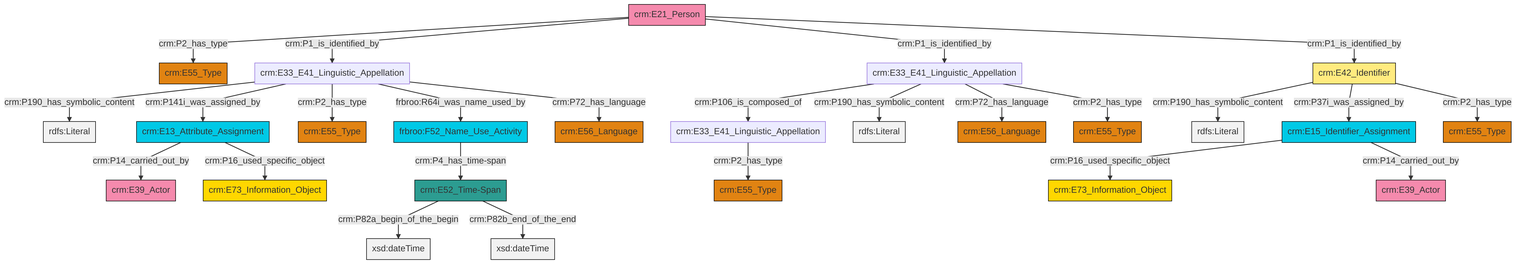
This is et/personCSV/ttl/mmd/png/Person_Names_and_Classification.png from swiss-art-research-net/reference-data-models, a Mermaid export, as it was before one commit. Its source is kept beside it as et/personCSV/ttl/mmd/Person_Names_and_Classification.ttl.mmd.
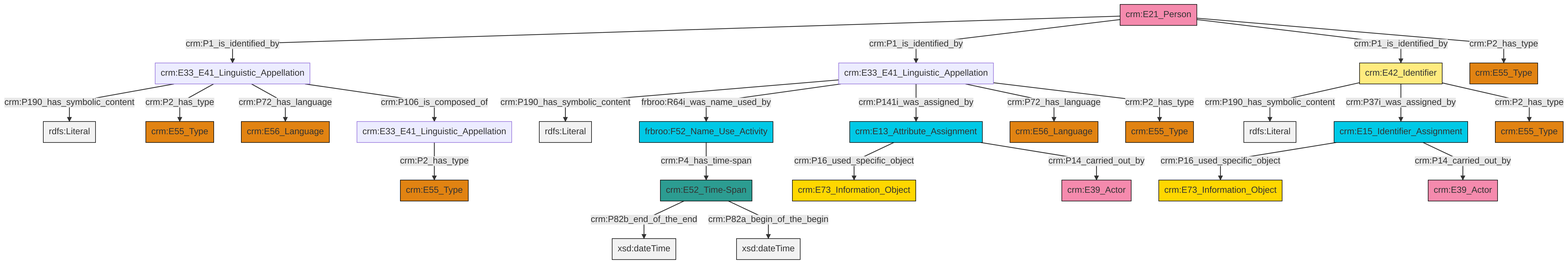
The same diagram one commit later.

Diff of the diagram source:
```diff
@@ -13,27 +13,27 @@
 classDef PC_Classes fill:#4ce600, stroke:#000000;
 classDef Multi fill:#cccccc,stroke:#000000;
 
-0["crm:E52_Time-Span"]:::Time-Span -->|crm:P82a_begin_of_the_begin| 1[xsd:dateTime]:::Literal
-2["crm:E33_E41_Linguistic_Appellation"]:::Default -->|crm:P106_is_composed_of| 3["crm:E33_E41_Linguistic_Appellation"]:::Default
-9["crm:E15_Identifier_Assignment"]:::Temporal_Entity -->|crm:P16_used_specific_object| 10["crm:E73_Information_Object"]:::Conceptual_Object
-2["crm:E33_E41_Linguistic_Appellation"]:::Default -->|crm:P190_has_symbolic_content| 11[rdfs:Literal]:::Literal
-14["crm:E13_Attribute_Assignment"]:::Temporal_Entity -->|crm:P14_carried_out_by| 15["crm:E39_Actor"]:::Actor
-9["crm:E15_Identifier_Assignment"]:::Temporal_Entity -->|crm:P14_carried_out_by| 16["crm:E39_Actor"]:::Actor
-19["crm:E21_Person"]:::Actor -->|crm:P2_has_type| 20["crm:E55_Type"]:::Type
-19["crm:E21_Person"]:::Actor -->|crm:P1_is_identified_by| 27["crm:E33_E41_Linguistic_Appellation"]:::Default
-29["frbroo:F52_Name_Use_Activity"]:::Temporal_Entity -->|crm:P4_has_time-span| 0["crm:E52_Time-Span"]:::Time-Span
-0["crm:E52_Time-Span"]:::Time-Span -->|crm:P82b_end_of_the_end| 30[xsd:dateTime]:::Literal
-2["crm:E33_E41_Linguistic_Appellation"]:::Default -->|crm:P72_has_language| 32["crm:E56_Language"]:::Type
-3["crm:E33_E41_Linguistic_Appellation"]:::Default -->|crm:P2_has_type| 33["crm:E55_Type"]:::Type
-36["crm:E42_Identifier"]:::Appellation -->|crm:P190_has_symbolic_content| 37[rdfs:Literal]:::Literal
-36["crm:E42_Identifier"]:::Appellation -->|crm:P37i_was_assigned_by| 9["crm:E15_Identifier_Assignment"]:::Temporal_Entity
-27["crm:E33_E41_Linguistic_Appellation"]:::Default -->|crm:P190_has_symbolic_content| 39[rdfs:Literal]:::Literal
-19["crm:E21_Person"]:::Actor -->|crm:P1_is_identified_by| 2["crm:E33_E41_Linguistic_Appellation"]:::Default
-14["crm:E13_Attribute_Assignment"]:::Temporal_Entity -->|crm:P16_used_specific_object| 4["crm:E73_Information_Object"]:::Conceptual_Object
-27["crm:E33_E41_Linguistic_Appellation"]:::Default -->|crm:P141i_was_assigned_by| 14["crm:E13_Attribute_Assignment"]:::Temporal_Entity
-19["crm:E21_Person"]:::Actor -->|crm:P1_is_identified_by| 36["crm:E42_Identifier"]:::Appellation
-27["crm:E33_E41_Linguistic_Appellation"]:::Default -->|crm:P2_has_type| 42["crm:E55_Type"]:::Type
-2["crm:E33_E41_Linguistic_Appellation"]:::Default -->|crm:P2_has_type| 6["crm:E55_Type"]:::Type
-36["crm:E42_Identifier"]:::Appellation -->|crm:P2_has_type| 21["crm:E55_Type"]:::Type
-27["crm:E33_E41_Linguistic_Appellation"]:::Default -->|frbroo:R64i_was_name_used_by| 29["frbroo:F52_Name_Use_Activity"]:::Temporal_Entity
-27["crm:E33_E41_Linguistic_Appellation"]:::Default -->|crm:P72_has_language| 12["crm:E56_Language"]:::Type
+0["crm:E13_Attribute_Assignment"]:::Temporal_Entity -->|crm:P16_used_specific_object| 1["crm:E73_Information_Object"]:::Conceptual_Object
+2["crm:E33_E41_Linguistic_Appellation"]:::Default -->|crm:P190_has_symbolic_content| 3[rdfs:Literal]:::Literal
+6["crm:E42_Identifier"]:::Appellation -->|crm:P190_has_symbolic_content| 7[rdfs:Literal]:::Literal
+6["crm:E42_Identifier"]:::Appellation -->|crm:P37i_was_assigned_by| 8["crm:E15_Identifier_Assignment"]:::Temporal_Entity
+9["crm:E33_E41_Linguistic_Appellation"]:::Default -->|crm:P190_has_symbolic_content| 10[rdfs:Literal]:::Literal
+11["crm:E33_E41_Linguistic_Appellation"]:::Default -->|crm:P2_has_type| 12["crm:E55_Type"]:::Type
+13["crm:E52_Time-Span"]:::Time-Span -->|crm:P82b_end_of_the_end| 14[xsd:dateTime]:::Literal
+8["crm:E15_Identifier_Assignment"]:::Temporal_Entity -->|crm:P16_used_specific_object| 22["crm:E73_Information_Object"]:::Conceptual_Object
+13["crm:E52_Time-Span"]:::Time-Span -->|crm:P82a_begin_of_the_begin| 25[xsd:dateTime]:::Literal
+26["crm:E21_Person"]:::Actor -->|crm:P1_is_identified_by| 9["crm:E33_E41_Linguistic_Appellation"]:::Default
+26["crm:E21_Person"]:::Actor -->|crm:P1_is_identified_by| 2["crm:E33_E41_Linguistic_Appellation"]:::Default
+2["crm:E33_E41_Linguistic_Appellation"]:::Default -->|frbroo:R64i_was_name_used_by| 28["frbroo:F52_Name_Use_Activity"]:::Temporal_Entity
+8["crm:E15_Identifier_Assignment"]:::Temporal_Entity -->|crm:P14_carried_out_by| 23["crm:E39_Actor"]:::Actor
+9["crm:E33_E41_Linguistic_Appellation"]:::Default -->|crm:P2_has_type| 32["crm:E55_Type"]:::Type
+2["crm:E33_E41_Linguistic_Appellation"]:::Default -->|crm:P141i_was_assigned_by| 0["crm:E13_Attribute_Assignment"]:::Temporal_Entity
+26["crm:E21_Person"]:::Actor -->|crm:P1_is_identified_by| 6["crm:E42_Identifier"]:::Appellation
+0["crm:E13_Attribute_Assignment"]:::Temporal_Entity -->|crm:P14_carried_out_by| 4["crm:E39_Actor"]:::Actor
+2["crm:E33_E41_Linguistic_Appellation"]:::Default -->|crm:P72_has_language| 33["crm:E56_Language"]:::Type
+9["crm:E33_E41_Linguistic_Appellation"]:::Default -->|crm:P72_has_language| 15["crm:E56_Language"]:::Type
+2["crm:E33_E41_Linguistic_Appellation"]:::Default -->|crm:P2_has_type| 29["crm:E55_Type"]:::Type
+26["crm:E21_Person"]:::Actor -->|crm:P2_has_type| 17["crm:E55_Type"]:::Type
+28["frbroo:F52_Name_Use_Activity"]:::Temporal_Entity -->|crm:P4_has_time-span| 13["crm:E52_Time-Span"]:::Time-Span
+9["crm:E33_E41_Linguistic_Appellation"]:::Default -->|crm:P106_is_composed_of| 11["crm:E33_E41_Linguistic_Appellation"]:::Default
+6["crm:E42_Identifier"]:::Appellation -->|crm:P2_has_type| 41["crm:E55_Type"]:::Type
```
